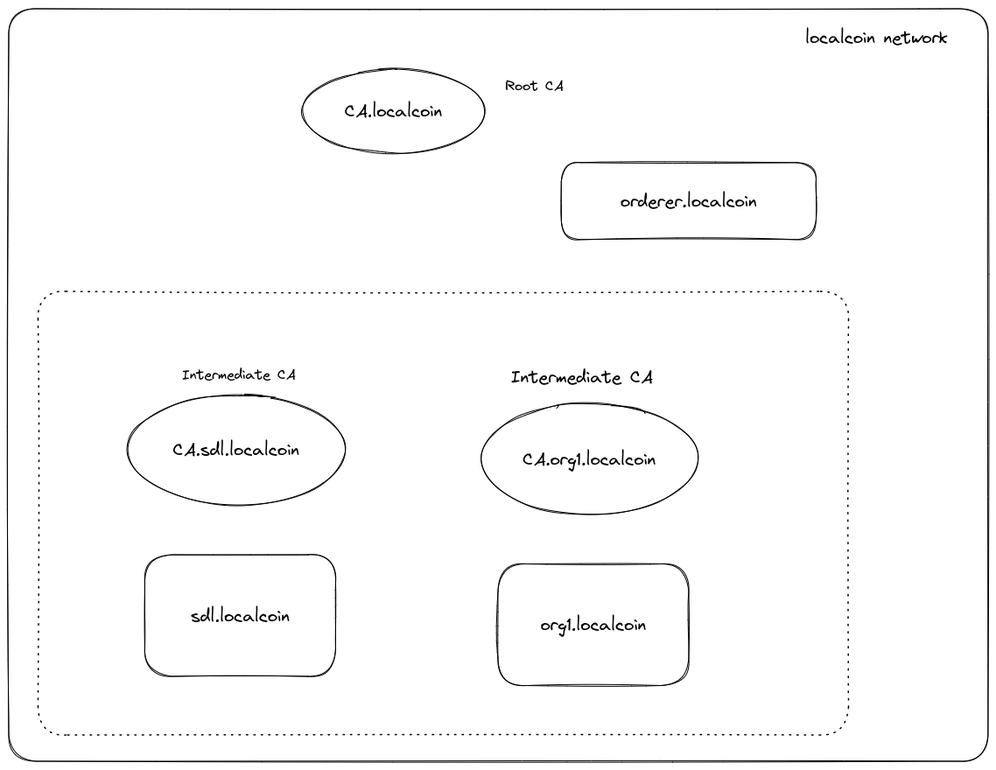
Earlier version of the Excalidraw export 9_localcoin_multihost/ca-servers.telesoho.png (telesoho/FabricLearn). Source tidied: one line per element, renumbered; positions are measured from the earlier drawing's top-left corner, leaving out a move shared by most shapes.
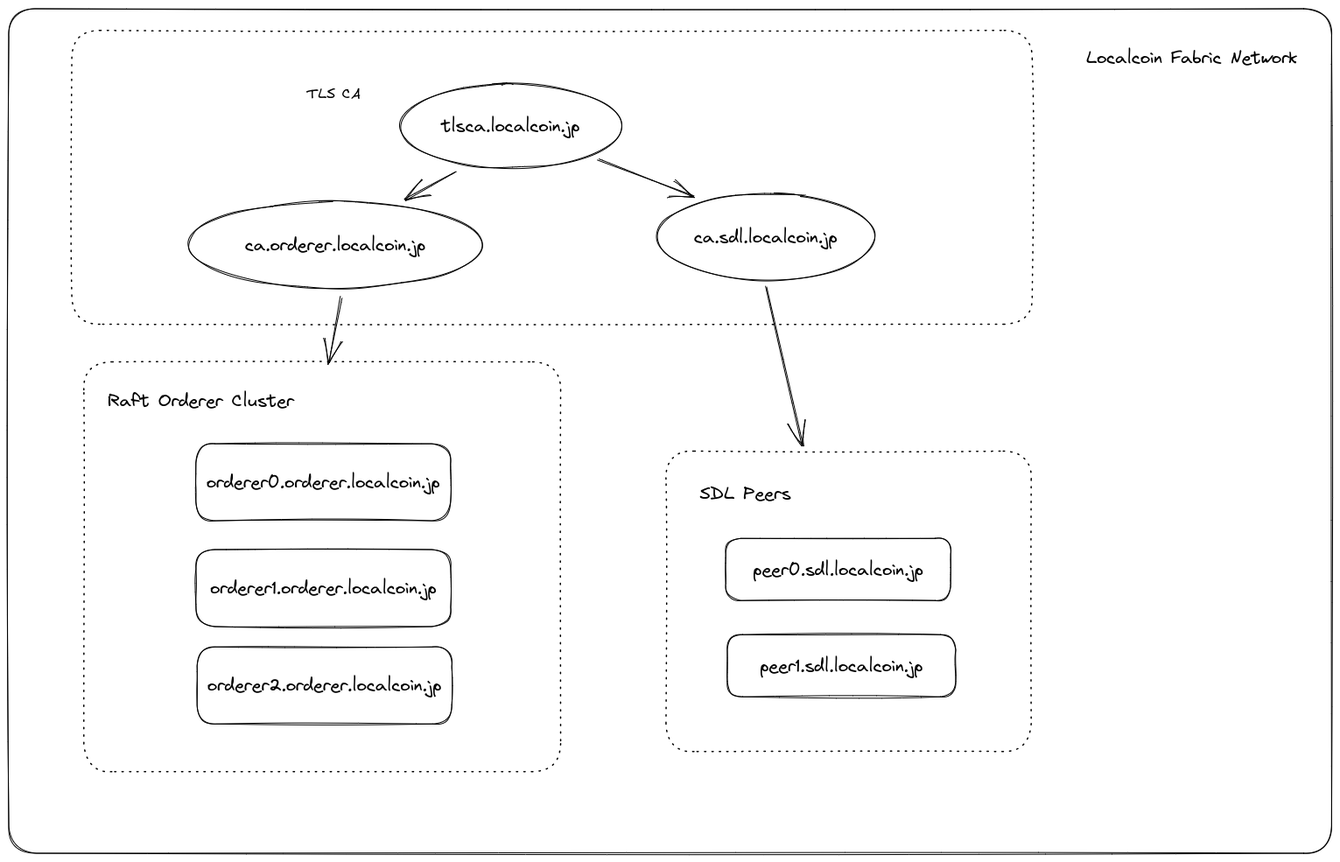
The same diagram one commit later.

What changed in the source:
```diff
@@ -1,18 +1,28 @@
-{"id": 0, "type": "ellipse", "strokeColor": "#000000", "strokeWidth": 1, "roughness": 1, "round": true, "x": 335, "y": 69, "width": 208, "height": 96}
+{"id": 0, "type": "ellipse", "strokeColor": "#000000", "strokeWidth": 1, "roughness": 1, "round": true, "x": 447, "y": 86, "width": 253, "height": 96}
-{"id": 1, "type": "text", "text": "CA.localcoin", "strokeColor": "#000000", "strokeWidth": 1, "roughness": 1, "fontSize": 20, "fontFamily": 1, "textAlign": "center", "verticalAlign": "middle", "inside": 0, "x": 384, "y": 105, "width": 111, "height": 24}
+{"id": 18, "type": "text", "text": "tlsca.localcoin.jp", "strokeColor": "#000000", "strokeWidth": 1, "roughness": 1, "fontSize": 20, "fontFamily": 1, "textAlign": "center", "verticalAlign": "middle", "inside": 0, "x": 494, "y": 122, "width": 158, "height": 24}
-{"id": 2, "type": "ellipse", "strokeColor": "#000000", "strokeWidth": 1, "roughness": 1, "round": true, "x": 136, "y": 441, "width": 248, "height": 126}
+{"id": 2, "type": "ellipse", "strokeColor": "#000000", "strokeWidth": 1, "roughness": 1, "round": true, "x": 741, "y": 211, "width": 248, "height": 99}
-{"id": 3, "type": "text", "text": "CA.sdl.localcoin", "strokeColor": "#000000", "strokeWidth": 1, "roughness": 1, "fontSize": 20, "fontFamily": 1, "textAlign": "center", "verticalAlign": "middle", "inside": 2, "x": 188, "y": 492, "width": 144, "height": 24}
+{"id": 3, "type": "text", "text": "ca.sdl.localcoin.jp", "strokeColor": "#000000", "strokeWidth": 1, "roughness": 1, "fontSize": 20, "fontFamily": 1, "textAlign": "center", "verticalAlign": "middle", "inside": 2, "x": 783, "y": 248, "width": 164, "height": 24}
+{"id": 8, "type": "text", "text": "TLS CA", "strokeColor": "#000000", "strokeWidth": 1, "roughness": 1, "fontSize": 16, "fontFamily": 1, "x": 341, "y": 88, "width": 61, "height": 19}
+{"id": 16, "type": "rectangle", "strokeColor": "#000000", "strokeWidth": 1, "roughness": 1, "round": true, "x": 0, "y": 0, "width": 1511, "height": 965}
+{"id": 17, "type": "text", "text": "Localcoin Fabric Network", "strokeColor": "#000000", "strokeWidth": 1, "roughness": 1, "fontSize": 20, "fontFamily": 1, "x": 1231, "y": 44, "width": 241, "height": 24}
+{"id": 6, "type": "rectangle", "strokeColor": "#000000", "strokeWidth": 1, "roughness": 1, "round": true, "x": 214, "y": 497, "width": 291, "height": 88}
+{"id": 7, "type": "text", "text": "orderer0.orderer.localcoin.jp", "strokeColor": "#000000", "strokeWidth": 1, "roughness": 1, "fontSize": 20, "fontFamily": 1, "textAlign": "center", "verticalAlign": "middle", "inside": 6, "x": 226, "y": 529, "width": 267, "height": 24}
+{"id": 19, "type": "rectangle", "strokeColor": "#000000", "strokeWidth": 1, "strokeStyle": "dotted", "roughness": 1, "round": true, "x": 86, "y": 404, "width": 545, "height": 468}
+{"id": 20, "type": "rectangle", "strokeColor": "#000000", "strokeWidth": 1, "roughness": 1, "round": true, "x": 214, "y": 618, "width": 291, "height": 88}
+{"id": 21, "type": "text", "text": "orderer1.orderer.localcoin.jp", "strokeColor": "#000000", "strokeWidth": 1, "roughness": 1, "fontSize": 20, "fontFamily": 1, "textAlign": "center", "verticalAlign": "middle", "inside": 20, "x": 230, "y": 650, "width": 258, "height": 24}
+{"id": 22, "type": "rectangle", "strokeColor": "#000000", "strokeWidth": 1, "roughness": 1, "round": true, "x": 215, "y": 729, "width": 291, "height": 88}
+{"id": 23, "type": "text", "text": "orderer2.orderer.localcoin.jp", "strokeColor": "#000000", "strokeWidth": 1, "roughness": 1, "fontSize": 20, "fontFamily": 1, "textAlign": "center", "verticalAlign": "middle", "inside": 22, "x": 227, "y": 761, "width": 267, "height": 24}
+{"id": 24, "type": "text", "text": "Raft Orderer Cluster", "strokeColor": "#000000", "strokeWidth": 1, "roughness": 1, "fontSize": 20, "fontFamily": 1, "x": 113, "y": 436, "width": 213, "height": 24}
+{"id": 25, "type": "rectangle", "strokeColor": "#000000", "strokeWidth": 1, "strokeStyle": "dotted", "roughness": 1, "round": true, "x": 72, "y": 25, "width": 1097, "height": 336}
-{"id": 4, "type": "rectangle", "strokeColor": "#000000", "strokeWidth": 1, "roughness": 1, "round": true, "x": 155, "y": 624, "width": 218, "height": 139}
+{"id": 4, "type": "rectangle", "strokeColor": "#000000", "strokeWidth": 1, "roughness": 1, "round": true, "x": 819, "y": 605, "width": 257, "height": 71}
-{"id": 5, "type": "text", "text": "sdl.localcoin", "strokeColor": "#000000", "strokeWidth": 1, "roughness": 1, "fontSize": 20, "fontFamily": 1, "textAlign": "center", "verticalAlign": "middle", "inside": 4, "x": 208, "y": 682, "width": 113, "height": 24}
+{"id": 5, "type": "text", "text": "peer0.sdl.localcoin.jp", "strokeColor": "#000000", "strokeWidth": 1, "roughness": 1, "fontSize": 20, "fontFamily": 1, "textAlign": "center", "verticalAlign": "middle", "inside": 4, "x": 851, "y": 629, "width": 194, "height": 24}
-{"id": 6, "type": "rectangle", "strokeColor": "#000000", "strokeWidth": 1, "roughness": 1, "round": true, "x": 631, "y": 176, "width": 291, "height": 88}
-{"id": 7, "type": "text", "text": "orderer.localcoin", "strokeColor": "#000000", "strokeWidth": 1, "roughness": 1, "fontSize": 20, "fontFamily": 1, "textAlign": "center", "verticalAlign": "middle", "inside": 6, "x": 699, "y": 208, "width": 155, "height": 24}
-{"id": 8, "type": "text", "text": "Root CA", "strokeColor": "#000000", "strokeWidth": 1, "roughness": 1, "fontSize": 16, "fontFamily": 1, "x": 567, "y": 78, "width": 66, "height": 19}
-{"id": 9, "type": "text", "text": "Intermediate CA", "strokeColor": "#000000", "strokeWidth": 1, "roughness": 1, "fontSize": 16, "fontFamily": 1, "x": 198, "y": 408, "width": 130, "height": 19}
-{"id": 10, "type": "ellipse", "strokeColor": "#000000", "strokeWidth": 1, "roughness": 1, "round": true, "x": 539, "y": 452, "width": 248, "height": 126}
-{"id": 11, "type": "text", "text": "CA.org1.localcoin", "strokeColor": "#000000", "strokeWidth": 1, "roughness": 1, "fontSize": 20, "fontFamily": 1, "textAlign": "center", "verticalAlign": "middle", "inside": 10, "x": 587, "y": 502, "width": 152, "height": 24}
-{"id": 12, "type": "rectangle", "strokeColor": "#000000", "strokeWidth": 1, "roughness": 1, "round": true, "x": 559, "y": 634, "width": 218, "height": 139}
-{"id": 13, "type": "text", "text": "org1.localcoin", "strokeColor": "#000000", "strokeWidth": 1, "roughness": 1, "fontSize": 20, "fontFamily": 1, "textAlign": "center", "verticalAlign": "middle", "inside": 12, "x": 608, "y": 692, "width": 120, "height": 24}
-{"id": 14, "type": "text", "text": "Intermediate CA", "strokeColor": "#000000", "strokeWidth": 1, "roughness": 1, "fontSize": 20, "fontFamily": 1, "x": 574, "y": 408, "width": 162, "height": 24}
-{"id": 15, "type": "rectangle", "strokeColor": "#000000", "strokeWidth": 1, "strokeStyle": "dotted", "roughness": 1, "round": true, "x": 33, "y": 323, "width": 926, "height": 507}
+{"id": 15, "type": "rectangle", "strokeColor": "#000000", "strokeWidth": 1, "strokeStyle": "dotted", "roughness": 1, "round": true, "x": 751, "y": 506, "width": 417, "height": 343}
-{"id": 16, "type": "rectangle", "strokeColor": "#000000", "strokeWidth": 1, "roughness": 1, "round": true, "x": 0, "y": 0, "width": 1119, "height": 860}
-{"id": 17, "type": "text", "text": "localcoin network", "strokeColor": "#000000", "strokeWidth": 1, "roughness": 1, "fontSize": 20, "fontFamily": 1, "x": 910, "y": 21, "width": 163, "height": 24}
+{"id": 26, "type": "rectangle", "strokeColor": "#000000", "strokeWidth": 1, "roughness": 1, "round": true, "x": 821, "y": 715, "width": 261, "height": 71}
+{"id": 27, "type": "text", "text": "peer1.sdl.localcoin.jp", "strokeColor": "#000000", "strokeWidth": 1, "roughness": 1, "fontSize": 20, "fontFamily": 1, "textAlign": "center", "verticalAlign": "middle", "inside": 26, "x": 858, "y": 739, "width": 186, "height": 24}
+{"id": 28, "type": "text", "text": "SDL Peers", "strokeColor": "#000000", "strokeWidth": 1, "roughness": 1, "fontSize": 20, "fontFamily": 1, "x": 789, "y": 542, "width": 104, "height": 24}
+{"id": 29, "type": "ellipse", "strokeColor": "#000000", "strokeWidth": 1, "roughness": 1, "round": true, "x": 205, "y": 220, "width": 335, "height": 99}
+{"id": 30, "type": "text", "text": "ca.orderer.localcoin.jp", "strokeColor": "#000000", "strokeWidth": 1, "roughness": 1, "fontSize": 20, "fontFamily": 1, "textAlign": "center", "verticalAlign": "middle", "inside": 29, "x": 270, "y": 257, "width": 206, "height": 24}
+{"id": 31, "type": "arrow", "strokeColor": "#000000", "strokeWidth": 1, "roughness": 1, "endArrowhead": "arrow", "round": true, "from": 29, "to": 19, "x": 379, "y": 330, "width": 14, "height": 74, "points": [[0, 0], [-14, 74]]}
+{"id": 32, "type": "arrow", "strokeColor": "#000000", "strokeWidth": 1, "roughness": 1, "endArrowhead": "arrow", "round": true, "from": 2, "to": 15, "x": 866, "y": 318, "width": 42, "height": 180, "points": [[0, 0], [42, 180]]}
+{"id": 33, "type": "arrow", "strokeColor": "#000000", "strokeWidth": 1, "roughness": 1, "endArrowhead": "arrow", "round": true, "from": 0, "to": 29, "x": 511, "y": 187, "width": 58, "height": 31, "points": [[0, 0], [-58, 31]]}
+{"id": 34, "type": "arrow", "strokeColor": "#000000", "strokeWidth": 1, "roughness": 1, "endArrowhead": "arrow", "round": true, "from": 0, "to": 2, "x": 673, "y": 173, "width": 109, "height": 41, "points": [[0, 0], [109, 41]]}
```
